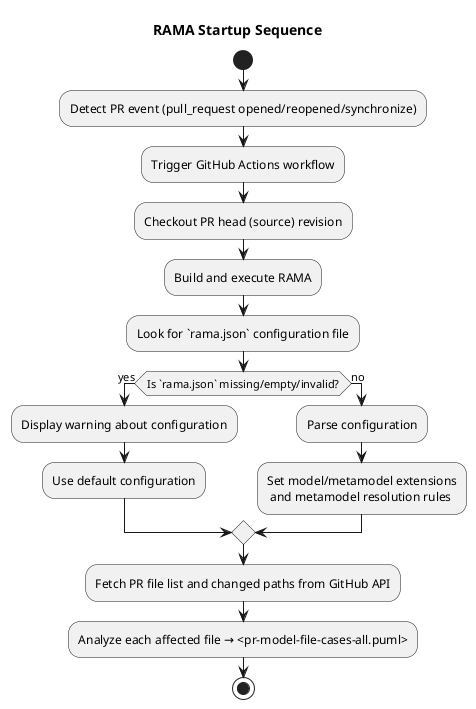
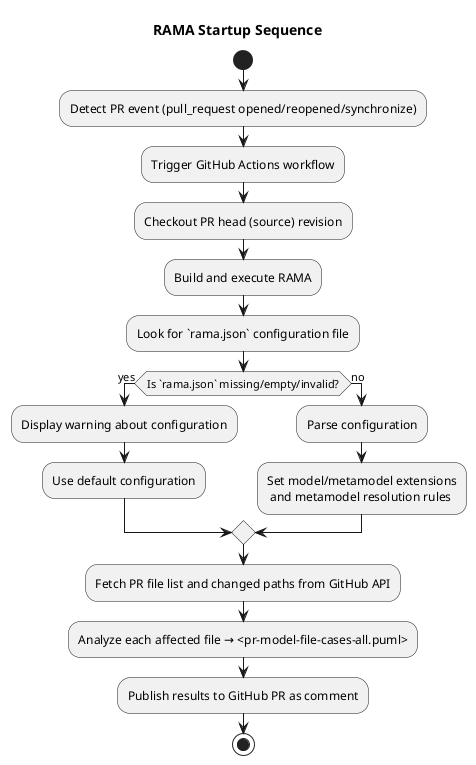
@startuml startup
title RAMA Startup Sequence

start

:Detect PR event (pull_request opened/reopened/synchronize);
:Trigger GitHub Actions workflow;
:Checkout PR head (source) revision;
:Build and execute RAMA;
:Look for `rama.json` configuration file;

if (Is `rama.json` missing/empty/invalid?) then (yes)
  :Display warning about configuration;
  :Use default configuration;
else (no)
  :Parse configuration;
  :Set model/metamodel extensions
   and metamodel resolution rules;
endif

:Fetch PR file list and changed paths from GitHub API;
:Analyze each affected file → <pr-model-file-cases-all.puml>;
+ :Publish results to GitHub PR as comment;

stop
@enduml
